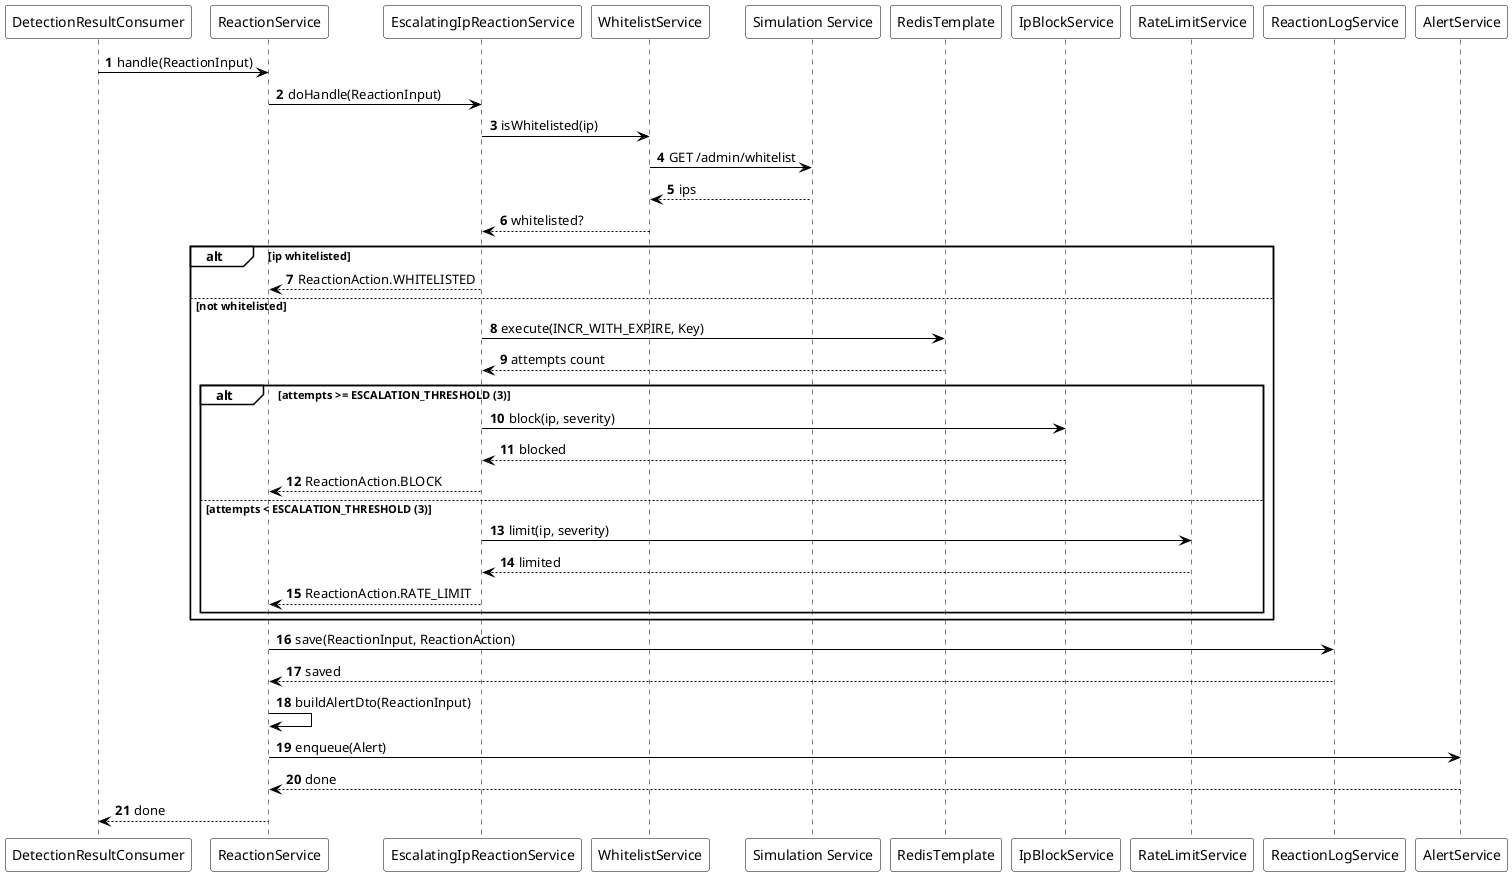
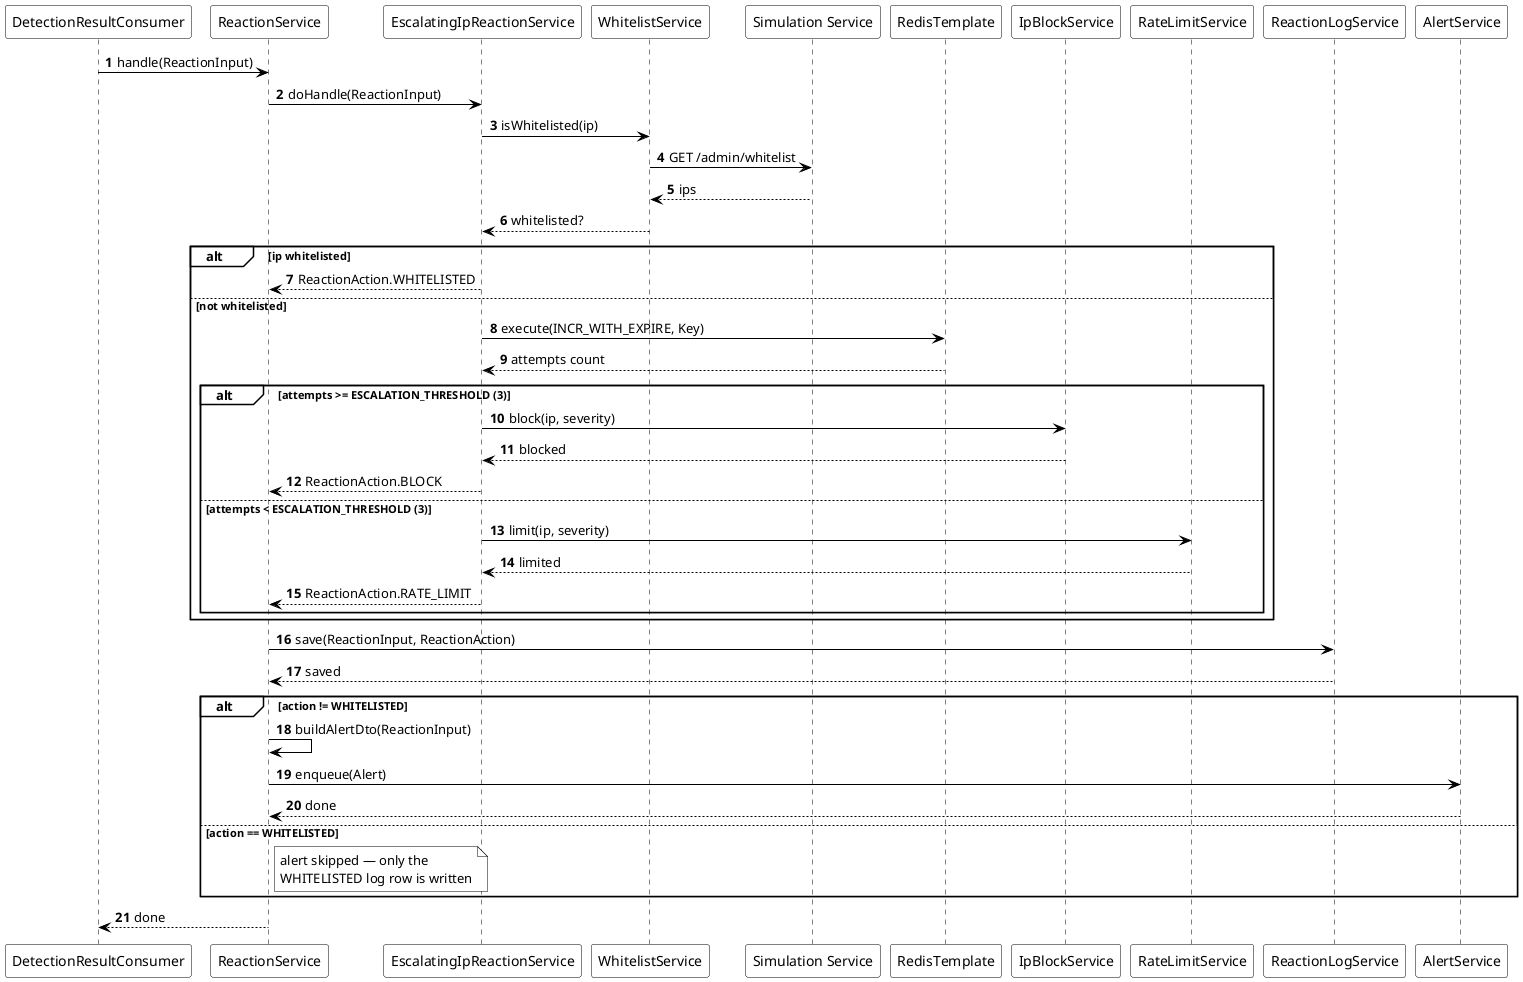
@startuml sequence-reaction-escalation
autonumber
<style>
root {
  BackgroundColor white
  LineColor black
  FontColor black
}
sequenceDiagram {
  participant {
    Padding 10
  }
}
</style>

participant "DetectionResultConsumer" as Consumer
participant "ReactionService" as ReactionSvc
participant "EscalatingIpReactionService" as EscalatingSvc
participant "WhitelistService" as WhitelistSvc
participant "Simulation Service" as Simulation
participant "RedisTemplate" as Redis
participant "IpBlockService" as BlockSvc
participant "RateLimitService" as LimitSvc
participant "ReactionLogService" as LogSvc
participant "AlertService" as AlertSvc

Consumer -> ReactionSvc : handle(ReactionInput)
ReactionSvc -> EscalatingSvc : doHandle(ReactionInput)

EscalatingSvc -> WhitelistSvc : isWhitelisted(ip)
WhitelistSvc -> Simulation : GET /admin/whitelist
Simulation --> WhitelistSvc : ips
WhitelistSvc --> EscalatingSvc : whitelisted?

alt ip whitelisted
    EscalatingSvc --> ReactionSvc : ReactionAction.WHITELISTED
else not whitelisted
    EscalatingSvc -> Redis : execute(INCR_WITH_EXPIRE, Key)
    Redis --> EscalatingSvc : attempts count

    alt attempts >= ESCALATION_THRESHOLD (3)
        EscalatingSvc -> BlockSvc : block(ip, severity)
        BlockSvc --> EscalatingSvc : blocked
        EscalatingSvc --> ReactionSvc : ReactionAction.BLOCK
    else attempts < ESCALATION_THRESHOLD (3)
        EscalatingSvc -> LimitSvc : limit(ip, severity)
        LimitSvc --> EscalatingSvc : limited
        EscalatingSvc --> ReactionSvc : ReactionAction.RATE_LIMIT
    end
end

ReactionSvc -> LogSvc : save(ReactionInput, ReactionAction)
LogSvc --> ReactionSvc : saved

- ReactionSvc -> ReactionSvc : buildAlertDto(ReactionInput)
- ReactionSvc -> AlertSvc : enqueue(Alert)
- AlertSvc --> ReactionSvc : done
+ alt action != WHITELISTED
+     ReactionSvc -> ReactionSvc : buildAlertDto(ReactionInput)
+     ReactionSvc -> AlertSvc : enqueue(Alert)
+     AlertSvc --> ReactionSvc : done
+ else action == WHITELISTED
+     note right of ReactionSvc : alert skipped — only the\nWHITELISTED log row is written
+ end

ReactionSvc --> Consumer : done

@enduml
